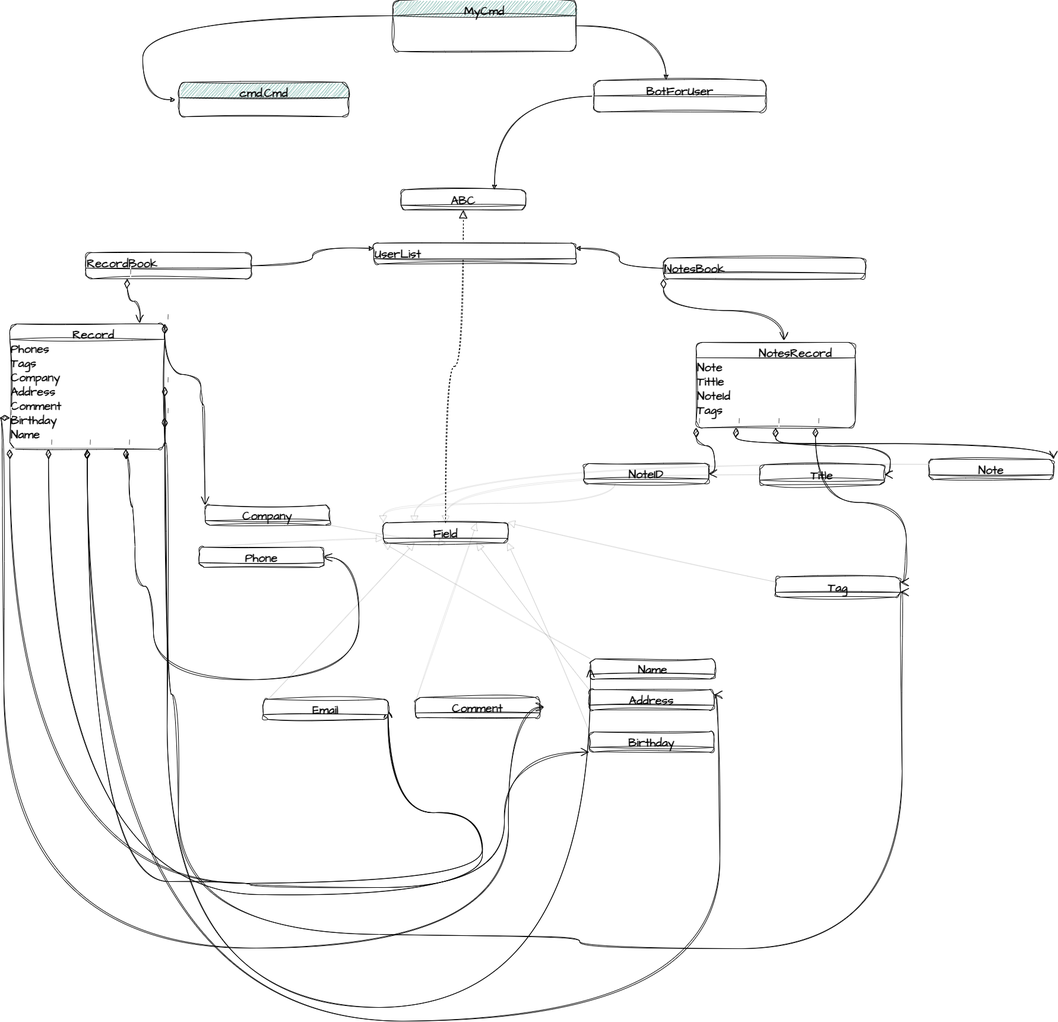
VladSkopenko/drujba-bot keeps this draw.io diagram as for_bot_drujba.drawio.png. Above is the earlier version. Source tidied: cells renumbered, new cells last; positions are measured from the earlier drawing's top-left corner, leaving out a move shared by most shapes.
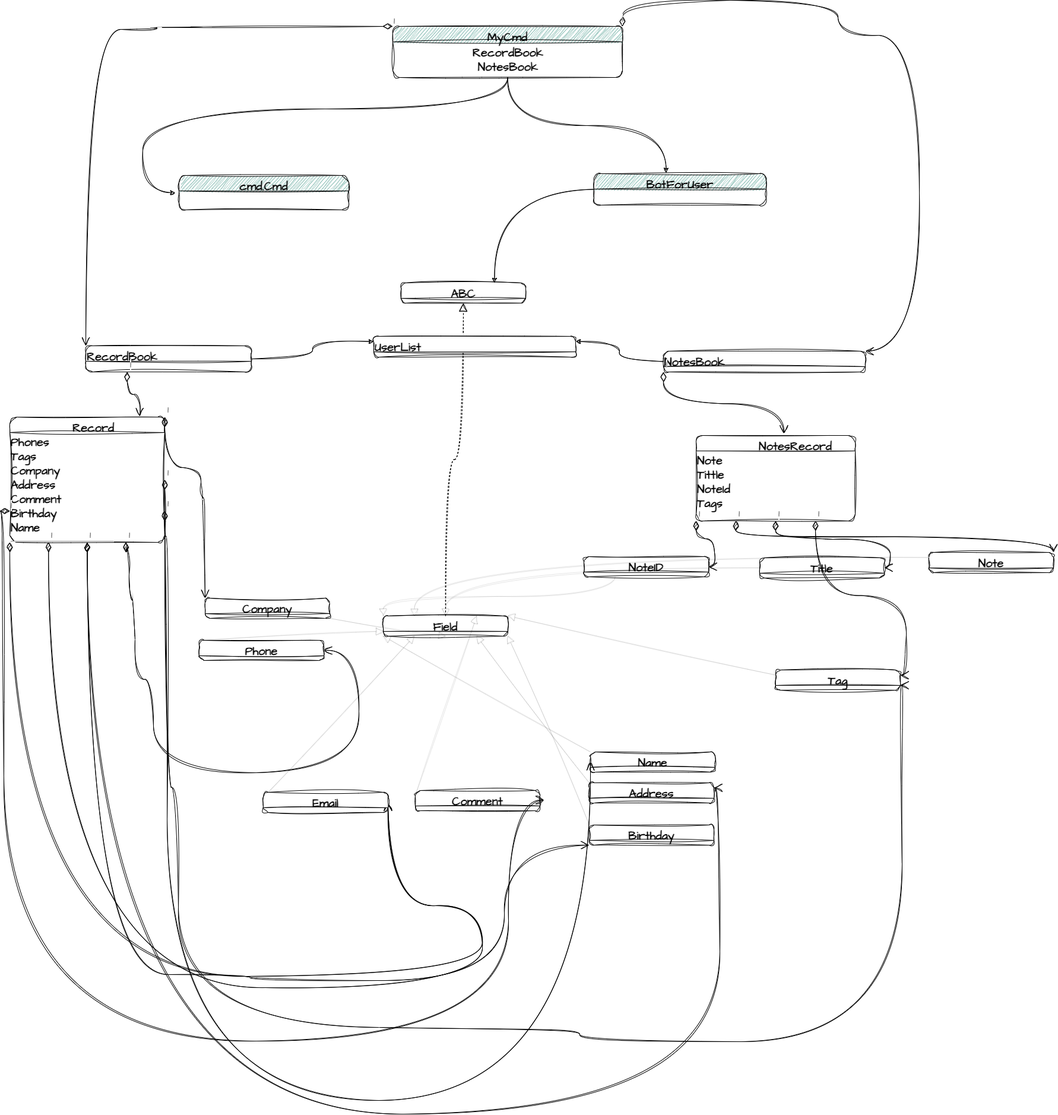
After the commit.

Diff of the diagram source:
```diff
@@ -197,12 +197,15 @@
       <mxGeometry relative="1" as="geometry" />
     </mxCell>
     <mxCell id="47" value="MyCmd" style="swimlane;fontStyle=1;align=center;verticalAlign=top;horizontal=1;startSize=26;whiteSpace=wrap;html=1;sketch=1;hachureGap=4;jiggle=2;curveFitting=1;fontFamily=Architects Daughter;fontSource=https%3A%2F%2Ffonts.googleapis.com%2Fcss%3Ffamily%3DArchitects%2BDaughter;fontSize=20;swimlaneFillColor=none;labelBackgroundColor=none;rounded=1;fillColor=#67AB9F;" parent="1" vertex="1">
-      <mxGeometry x="655" width="309" height="86" as="geometry" />
+      <mxGeometry x="655" y="-113" width="387" height="86" as="geometry" />
     </mxCell>
+    <mxCell id="55" value="&lt;b&gt;RecordBook&lt;br&gt;NotesBook&lt;/b&gt;" style="text;html=1;align=center;verticalAlign=middle;strokeColor=none;fillColor=none;fontSize=20;fontFamily=Architects Daughter;" parent="47" vertex="1">
+      <mxGeometry y="26" width="387" height="60" as="geometry" />
+    </mxCell>
     <mxCell id="48" style="edgeStyle=orthogonalEdgeStyle;rounded=0;sketch=1;hachureGap=4;jiggle=2;curveFitting=1;jettySize=auto;html=1;fontFamily=Architects Daughter;fontSource=https%3A%2F%2Ffonts.googleapis.com%2Fcss%3Ffamily%3DArchitects%2BDaughter;fontSize=16;entryX=0.75;entryY=0;entryDx=0;entryDy=0;curved=1;" parent="1" edge="1" source="49" target="3">
       <mxGeometry relative="1" as="geometry" />
     </mxCell>
-    <mxCell id="49" value="BotForUser" style="swimlane;fontStyle=1;align=center;verticalAlign=top;horizontal=1;startSize=26;whiteSpace=wrap;html=1;sketch=1;hachureGap=4;jiggle=2;curveFitting=1;fontFamily=Architects Daughter;fontSource=https%3A%2F%2Ffonts.googleapis.com%2Fcss%3Ffamily%3DArchitects%2BDaughter;fontSize=20;swimlaneFillColor=none;labelBackgroundColor=none;rounded=1;" parent="1" vertex="1">
+    <mxCell id="49" value="BotForUser" style="swimlane;fontStyle=1;align=center;verticalAlign=top;horizontal=1;startSize=26;whiteSpace=wrap;html=1;sketch=1;hachureGap=4;jiggle=2;curveFitting=1;fontFamily=Architects Daughter;fontSource=https%3A%2F%2Ffonts.googleapis.com%2Fcss%3Ffamily%3DArchitects%2BDaughter;fontSize=20;swimlaneFillColor=none;labelBackgroundColor=none;rounded=1;fillColor=#67AB9F;" parent="1" vertex="1">
       <mxGeometry x="994" y="135" width="290" height="53" as="geometry" />
     </mxCell>
     <mxCell id="50" value="UserList" style="swimlane;fontStyle=1;align=left;verticalAlign=top;horizontal=1;startSize=26;whiteSpace=wrap;html=1;sketch=1;hachureGap=4;jiggle=2;curveFitting=1;fontFamily=Architects Daughter;fontSource=https%3A%2F%2Ffonts.googleapis.com%2Fcss%3Ffamily%3DArchitects%2BDaughter;fontSize=20;swimlaneFillColor=none;labelBackgroundColor=none;rounded=1;" parent="1" vertex="1">
@@ -231,5 +234,25 @@
     <mxCell id="54" value="Email" style="swimlane;fontStyle=1;align=center;verticalAlign=top;horizontal=1;startSize=26;whiteSpace=wrap;html=1;sketch=1;hachureGap=4;jiggle=2;curveFitting=1;fontFamily=Architects Daughter;fontSource=https%3A%2F%2Ffonts.googleapis.com%2Fcss%3Ffamily%3DArchitects%2BDaughter;fontSize=20;swimlaneFillColor=none;labelBackgroundColor=none;rounded=1;" parent="1" vertex="1">
       <mxGeometry x="437" y="1177" width="210" height="34" as="geometry" />
     </mxCell>
+    <mxCell id="56" value="1" style="endArrow=open;html=1;endSize=12;startArrow=diamondThin;startSize=14;startFill=0;edgeStyle=orthogonalEdgeStyle;align=left;verticalAlign=bottom;rounded=0;sketch=1;hachureGap=4;jiggle=2;curveFitting=1;fontFamily=Architects Daughter;fontSource=https%3A%2F%2Ffonts.googleapis.com%2Fcss%3Ffamily%3DArchitects%2BDaughter;fontSize=16;entryX=0;entryY=0;entryDx=0;entryDy=0;curved=1;strokeWidth=1;exitX=0;exitY=0;exitDx=0;exitDy=0;" parent="1" edge="1" source="47" target="41">
+      <mxGeometry x="-1" y="3" relative="1" as="geometry">
+        <Array as="points">
+          <mxPoint x="258" y="-113" />
+          <mxPoint x="258" y="-108" />
+          <mxPoint x="138" y="-108" />
+        </Array>
+      </mxGeometry>
+    </mxCell>
+    <mxCell id="57" value="1" style="endArrow=open;html=1;endSize=12;startArrow=diamondThin;startSize=14;startFill=0;edgeStyle=orthogonalEdgeStyle;align=left;verticalAlign=bottom;rounded=0;sketch=1;hachureGap=4;jiggle=2;curveFitting=1;fontFamily=Architects Daughter;fontSource=https%3A%2F%2Ffonts.googleapis.com%2Fcss%3Ffamily%3DArchitects%2BDaughter;fontSize=16;entryX=1;entryY=0;entryDx=0;entryDy=0;curved=1;strokeWidth=1;exitX=1;exitY=0;exitDx=0;exitDy=0;" parent="1" edge="1" source="47" target="43">
+      <mxGeometry x="-1" y="3" relative="1" as="geometry">
+        <Array as="points">
+          <mxPoint x="1042" y="-157" />
+          <mxPoint x="1405" y="-157" />
+          <mxPoint x="1405" y="-98" />
+          <mxPoint x="1542" y="-98" />
+          <mxPoint x="1542" y="434" />
+        </Array>
+      </mxGeometry>
+    </mxCell>
   </root>
 </mxGraphModel>
```
